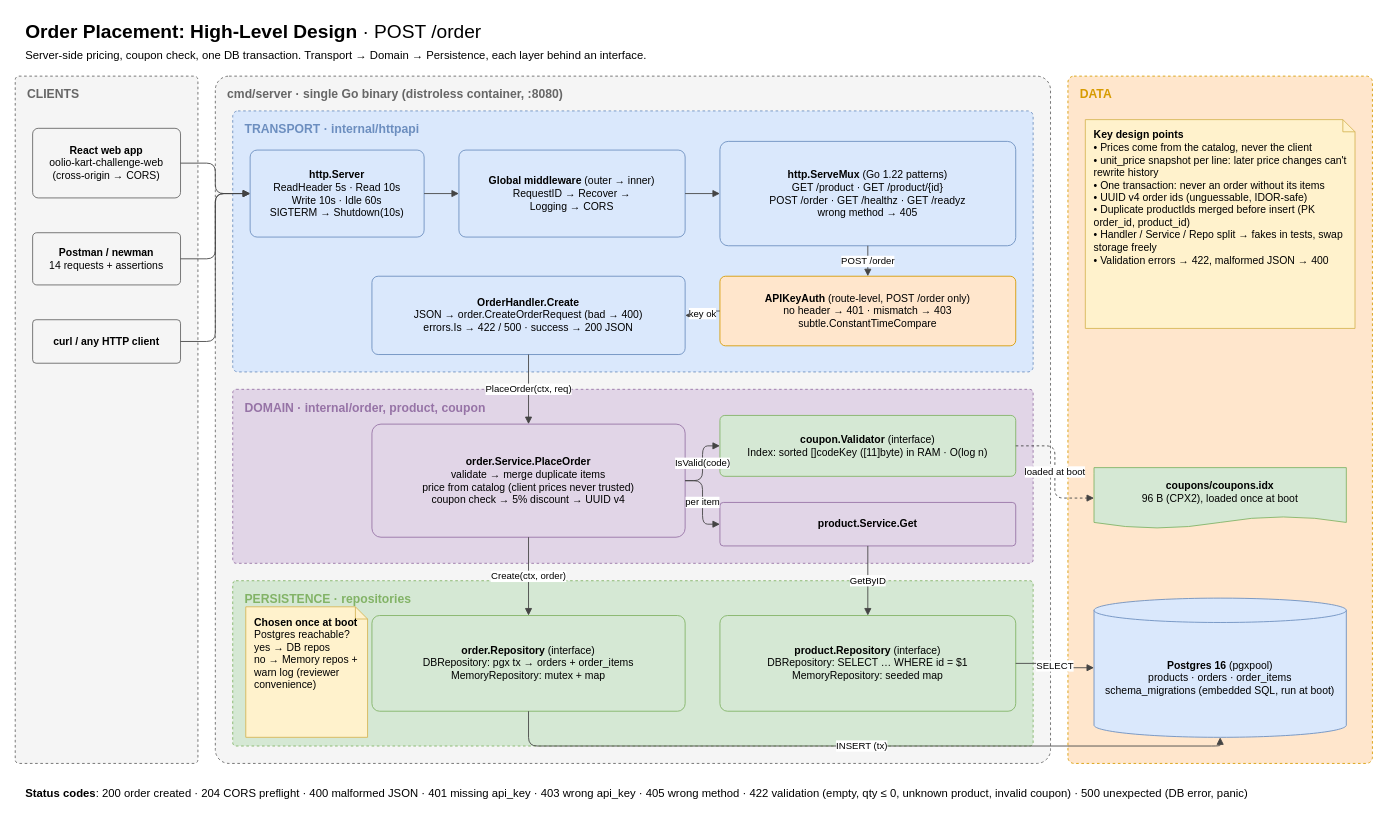
The draw.io diagram page "HLD - Order placement" (1 of 3) of docs/diagrams/order.drawio in Vasanth-Korada/oolio-kart-challenge, before the edit. Source tidied: cells renumbered, new cells numbered last; positions are measured from the earlier drawing's top-left corner, leaving out a move shared by most shapes. Both pictures are drawn from the tidied source at 87%, with x=0, y=0 at pixel (15, 15).
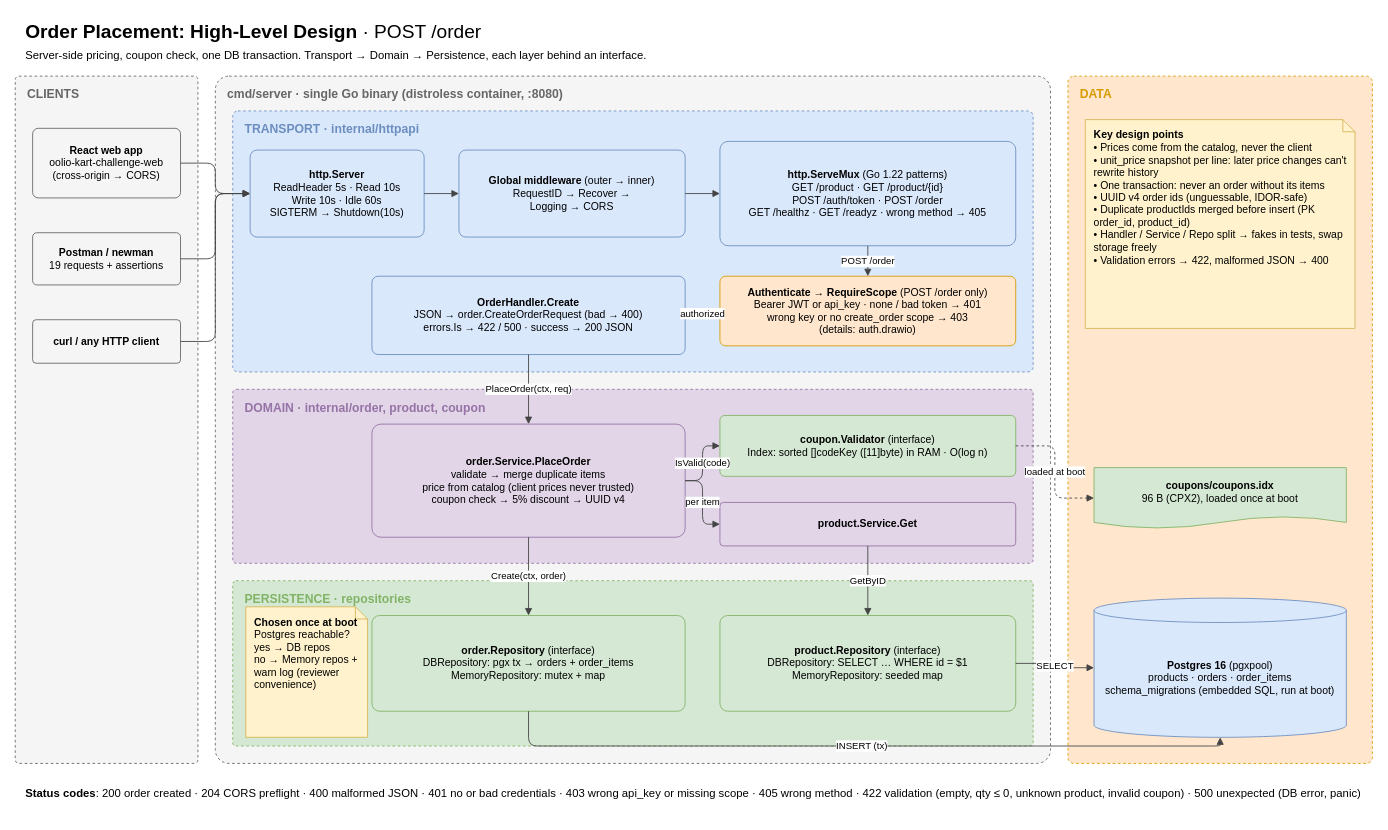
The same page after the edit.

Unchanged cells that the change refers to:
```xml
<mxCell id="14" value="&lt;b&gt;OrderHandler.Create&lt;/b&gt;&lt;br&gt;JSON → order.CreateOrderRequest (bad → 400)&lt;br&gt;errors.Is → 422 / 500 · success → 200 JSON" style="rounded=1;arcSize=8;whiteSpace=wrap;html=1;fillColor=#dae8fc;strokeColor=#6c8ebf;fontSize=12;" parent="1" vertex="1">
  <mxGeometry x="410" y="300" width="360" height="90" as="geometry" />
</mxCell>
```

Change to the diagram source:
```diff
@@
-    <mxCell id="6" value="&lt;b&gt;Postman / newman&lt;/b&gt;&lt;br&gt;14 requests + assertions" style="rounded=1;arcSize=8;whiteSpace=wrap;html=1;fillColor=#f5f5f5;strokeColor=#666666;fontSize=12;" parent="1" vertex="1">
+    <mxCell id="6" value="&lt;b&gt;Postman / newman&lt;/b&gt;&lt;br&gt;19 requests + assertions" style="rounded=1;arcSize=8;whiteSpace=wrap;html=1;fillColor=#f5f5f5;strokeColor=#666666;fontSize=12;" parent="1" vertex="1">
       <mxGeometry x="20" y="250" width="170" height="60" as="geometry" />
     </mxCell>
@@
-    <mxCell id="12" value="&lt;b&gt;http.ServeMux&lt;/b&gt; (Go 1.22 patterns)&lt;br&gt;GET /product · GET /product/{id}&lt;br&gt;POST /order · GET /healthz · GET /readyz&lt;br&gt;wrong method → 405" style="rounded=1;arcSize=8;whiteSpace=wrap;html=1;fillColor=#dae8fc;strokeColor=#6c8ebf;fontSize=12;" parent="1" vertex="1">
+    <mxCell id="12" value="&lt;b&gt;http.ServeMux&lt;/b&gt; (Go 1.22 patterns)&lt;br&gt;GET /product · GET /product/{id}&lt;br&gt;POST /auth/token · POST /order&lt;br&gt;GET /healthz · GET /readyz · wrong method → 405" style="rounded=1;arcSize=8;whiteSpace=wrap;html=1;fillColor=#dae8fc;strokeColor=#6c8ebf;fontSize=12;" parent="1" vertex="1">
       <mxGeometry x="810" y="145" width="340" height="120" as="geometry" />
     </mxCell>
-    <mxCell id="13" value="&lt;b&gt;APIKeyAuth&lt;/b&gt; (route-level, POST /order only)&lt;br&gt;no header → 401 · mismatch → 403&lt;br&gt;subtle.ConstantTimeCompare" style="rounded=1;arcSize=8;whiteSpace=wrap;html=1;fillColor=#ffe6cc;strokeColor=#d79b00;fontSize=12;" parent="1" vertex="1">
+    <mxCell id="13" value="&lt;b&gt;Authenticate → RequireScope&lt;/b&gt; (POST /order only)&lt;br&gt;Bearer JWT or api_key · none / bad token → 401&lt;br&gt;wrong key or no create_order scope → 403&lt;br&gt;(details: auth.drawio)" style="rounded=1;arcSize=8;whiteSpace=wrap;html=1;fillColor=#ffe6cc;strokeColor=#d79b00;fontSize=12;" parent="1" vertex="1">
       <mxGeometry x="810" y="300" width="340" height="80" as="geometry" />
     </mxCell>
@@
-    <mxCell id="21" value="key ok" style="edgeStyle=orthogonalEdgeStyle;rounded=1;html=1;endArrow=block;endFill=1;strokeColor=#444444;fontSize=11;labelBackgroundColor=#ffffff;" parent="1" edge="1" source="13" target="14">
+    <mxCell id="21" value="authorized" style="edgeStyle=orthogonalEdgeStyle;rounded=1;html=1;endArrow=block;endFill=1;strokeColor=#444444;fontSize=11;labelBackgroundColor=#ffffff;" parent="1" edge="1" source="13" target="14">
       <mxGeometry relative="1" as="geometry" />
     </mxCell>
@@
-    <mxCell id="42" value="&lt;b&gt;Status codes&lt;/b&gt;:  200 order created  ·  204 CORS preflight  ·  400 malformed JSON  ·  401 missing api_key  ·  403 wrong api_key  ·  405 wrong method  ·  422 validation (empty, qty ≤ 0, unknown product, invalid coupon)  ·  500 unexpected (DB error, panic)" style="text;html=1;whiteSpace=wrap;align=left;verticalAlign=top;fontSize=13;" parent="1" vertex="1">
+    <mxCell id="42" value="&lt;b&gt;Status codes&lt;/b&gt;:  200 order created  ·  204 CORS preflight  ·  400 malformed JSON  ·  401 no or bad credentials  ·  403 wrong api_key or missing scope  ·  405 wrong method  ·  422 validation (empty, qty ≤ 0, unknown product, invalid coupon)  ·  500 unexpected (DB error, panic)" style="text;html=1;whiteSpace=wrap;align=left;verticalAlign=top;fontSize=13;" parent="1" vertex="1">
       <mxGeometry x="10" y="880" width="1550" height="40" as="geometry" />
     </mxCell>
```
